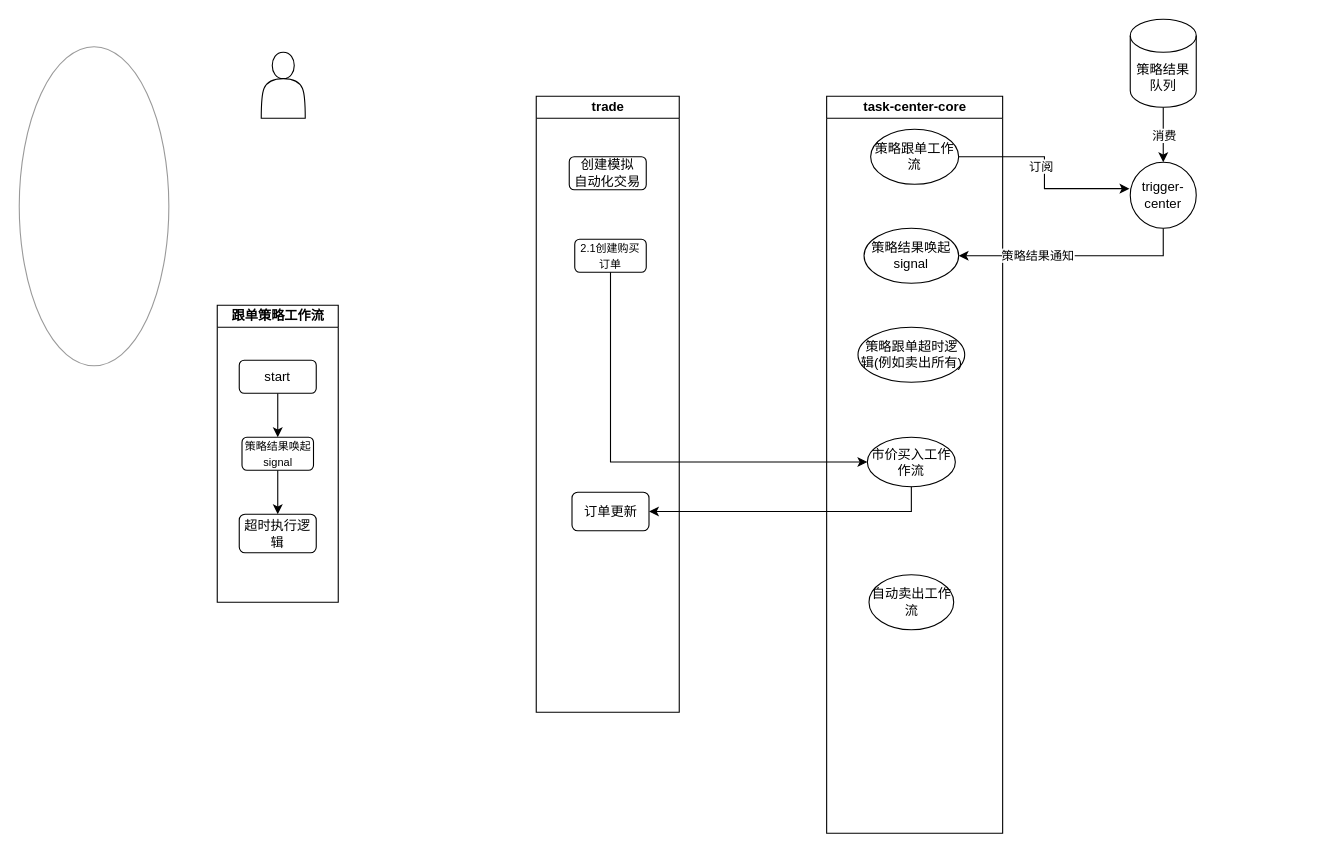
This is 策略买入工作流.drawio from ZiHengLee/drawio, a draw.io file, before an edit. Source tidied: cells renumbered, new cells numbered last; positions are measured from the earlier drawing's top-left corner, leaving out a move shared by most shapes. Both pictures are drawn from the tidied source at 110%, with x=0, y=0 at pixel (19, 19).
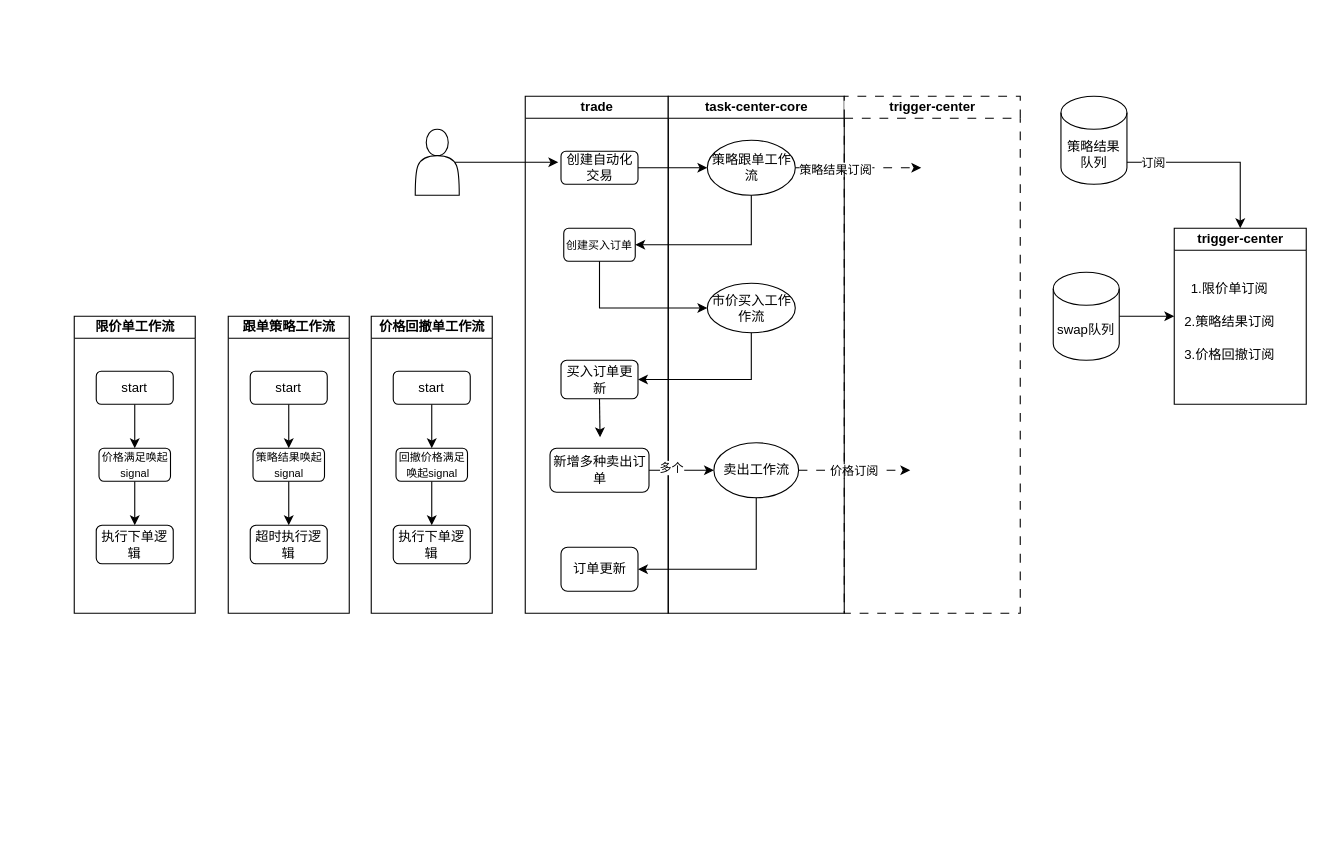
After the change.

Commit message (it also covers changes not shown here):
更新策略买入工作流.drawio

The edit, as a diff of the source:
```diff
@@
+    <mxCell id="30" style="edgeStyle=orthogonalEdgeStyle;rounded=0;jettySize=auto;html=1;exitX=0.9;exitY=0.5;exitDx=0;exitDy=0;exitPerimeter=0;" parent="1" edge="1" source="2">
+      <mxGeometry relative="1" as="geometry">
+        <mxPoint x="490" y="130" as="targetPoint" />
+      </mxGeometry>
+    </mxCell>
     <mxCell id="2" style="shape=actor;whiteSpace=wrap;html=1;" parent="1" vertex="1">
-      <mxGeometry x="220" y="30" width="40" height="60" as="geometry" />
+      <mxGeometry x="360" y="100" width="40" height="60" as="geometry" />
     </mxCell>
-    <mxCell id="3" style="edgeStyle=orthogonalEdgeStyle;rounded=0;jettySize=auto;html=1;exitX=0.5;exitY=1;exitDx=0;exitDy=0;exitPerimeter=0;entryX=0.5;entryY=0;entryDx=0;entryDy=0;" parent="1" edge="1" source="5" target="19">
-      <mxGeometry relative="1" as="geometry" />
-    </mxCell>
-    <mxCell id="4" value="消费" style="edgeLabel;html=1;align=center;verticalAlign=middle;" parent="3" vertex="1">
-      <mxGeometry relative="1" as="geometry" />
-    </mxCell>
+    <mxCell id="31" style="edgeStyle=orthogonalEdgeStyle;rounded=0;jettySize=auto;html=1;exitX=0.5;exitY=1;exitDx=0;exitDy=0;exitPerimeter=0;entryX=0.5;entryY=0;entryDx=0;entryDy=0;" parent="1" edge="1" source="5" target="50">
+      <mxGeometry relative="1" as="geometry">
+        <Array as="points">
+          <mxPoint x="977" y="130" />
+          <mxPoint x="1110" y="130" />
+        </Array>
+      </mxGeometry>
+    </mxCell>
+    <mxCell id="21" value="订阅" style="edgeLabel;html=1;align=center;verticalAlign=middle;" parent="31" vertex="1">
+      <mxGeometry x="-0.31" relative="1" as="geometry" />
+    </mxCell>
     <mxCell id="5" value="策略结果队列" style="shape=cylinder3;whiteSpace=wrap;html=1;boundedLbl=1;backgroundOutline=1;size=15;" parent="1" vertex="1">
-      <mxGeometry x="1010" width="60" height="80" as="geometry" />
+      <mxGeometry x="947" y="70" width="60" height="80" as="geometry" />
     </mxCell>
     <mxCell id="6" value="trade" style="swimlane;startSize=20;html=1;" parent="1" vertex="1">
-      <mxGeometry x="470" y="70" width="130" height="560" as="geometry" />
+      <mxGeometry x="460" y="70" width="130" height="470" as="geometry" />
     </mxCell>
-    <mxCell id="7" value="创建模拟&lt;div&gt;自动化交易&lt;/div&gt;" style="rounded=1;whiteSpace=wrap;html=1;" parent="6" vertex="1">
-      <mxGeometry x="30" y="55" width="70" height="30" as="geometry" />
+    <mxCell id="7" value="创建&lt;span style=&quot;background-color: transparent; color: light-dark(rgb(0, 0, 0), rgb(255, 255, 255));&quot;&gt;自动化交易&lt;/span&gt;" style="rounded=1;whiteSpace=wrap;html=1;" parent="6" vertex="1">
+      <mxGeometry x="32.5" y="50" width="70" height="30" as="geometry" />
     </mxCell>
-    <mxCell id="8" value="&lt;font style=&quot;font-size: 10px;&quot;&gt;2.1创建购买订单&lt;/font&gt;" style="rounded=1;whiteSpace=wrap;html=1;" parent="6" vertex="1">
-      <mxGeometry x="35" y="130" width="65" height="30" as="geometry" />
+    <mxCell id="8" value="&lt;span style=&quot;font-size: 10px;&quot;&gt;创建买入订单&lt;/span&gt;" style="rounded=1;whiteSpace=wrap;html=1;" parent="6" vertex="1">
+      <mxGeometry x="35" y="120" width="65" height="30" as="geometry" />
     </mxCell>
+    <mxCell id="32" style="edgeStyle=orthogonalEdgeStyle;rounded=0;jettySize=auto;html=1;exitX=0.5;exitY=1;exitDx=0;exitDy=0;" parent="6" edge="1" source="9">
+      <mxGeometry relative="1" as="geometry">
+        <mxPoint x="68" y="310" as="targetPoint" />
+      </mxGeometry>
+    </mxCell>
-    <mxCell id="9" value="订单更新" style="rounded=1;whiteSpace=wrap;html=1;" parent="6" vertex="1">
-      <mxGeometry x="32.5" y="360" width="70" height="35" as="geometry" />
+    <mxCell id="9" value="买入订单更新" style="rounded=1;whiteSpace=wrap;html=1;" parent="6" vertex="1">
+      <mxGeometry x="32.5" y="240" width="70" height="35" as="geometry" />
     </mxCell>
+    <mxCell id="33" value="新增多种卖出订单" style="rounded=1;whiteSpace=wrap;html=1;" parent="6" vertex="1">
+      <mxGeometry x="22.5" y="320" width="90" height="40" as="geometry" />
+    </mxCell>
+    <mxCell id="34" value="订单更新" style="rounded=1;whiteSpace=wrap;html=1;" parent="6" vertex="1">
+      <mxGeometry x="32.5" y="410" width="70" height="40" as="geometry" />
+    </mxCell>
     <mxCell id="10" value="task-center-core" style="swimlane;startSize=20;html=1;" parent="1" vertex="1">
-      <mxGeometry x="734" y="70" width="160" height="670" as="geometry" />
+      <mxGeometry x="590" y="70" width="160" height="470" as="geometry" />
     </mxCell>
+    <mxCell id="35" style="edgeStyle=orthogonalEdgeStyle;rounded=0;jettySize=auto;html=1;exitX=1;exitY=0.5;exitDx=0;exitDy=0;dashed=1;dashPattern=8 8;" parent="10" edge="1" source="11">
+      <mxGeometry relative="1" as="geometry">
+        <mxPoint x="230" y="65" as="targetPoint" />
+      </mxGeometry>
+    </mxCell>
+    <mxCell id="36" value="策略结果订阅" style="edgeLabel;html=1;align=center;verticalAlign=middle;" parent="35" vertex="1">
+      <mxGeometry x="-0.37" y="-1" relative="1" as="geometry" />
+    </mxCell>
     <mxCell id="11" value="策略跟单工作流" style="ellipse;whiteSpace=wrap;html=1;" parent="10" vertex="1">
-      <mxGeometry x="40" y="30" width="80" height="50" as="geometry" />
+      <mxGeometry x="35.5" y="40" width="80" height="50" as="geometry" />
     </mxCell>
-    <mxCell id="12" value="策略结果唤起signal" style="ellipse;whiteSpace=wrap;html=1;" parent="10" vertex="1">
-      <mxGeometry x="34" y="120" width="86" height="50" as="geometry" />
-    </mxCell>
-    <mxCell id="13" value="策略跟单超时逻辑(例如卖出所有)" style="ellipse;whiteSpace=wrap;html=1;" parent="10" vertex="1">
-      <mxGeometry x="28.5" y="210" width="97" height="50" as="geometry" />
-    </mxCell>
     <mxCell id="14" value="市价买入工作作流" style="ellipse;whiteSpace=wrap;html=1;" parent="10" vertex="1">
-      <mxGeometry x="37" y="310" width="80" height="45" as="geometry" />
+      <mxGeometry x="35.5" y="170" width="80" height="45" as="geometry" />
     </mxCell>
+    <mxCell id="37" value="价格订阅" style="edgeStyle=orthogonalEdgeStyle;rounded=0;jettySize=auto;html=1;exitX=1;exitY=0.5;exitDx=0;exitDy=0;dashed=1;dashPattern=8 8;" parent="10" edge="1" source="15">
+      <mxGeometry relative="1" as="geometry">
+        <mxPoint x="220" y="340" as="targetPoint" />
+      </mxGeometry>
+    </mxCell>
-    <mxCell id="15" value="自动卖出工作流" style="ellipse;whiteSpace=wrap;html=1;" parent="10" vertex="1">
-      <mxGeometry x="38.5" y="435" width="77" height="50" as="geometry" />
+    <mxCell id="15" value="卖出工作流" style="ellipse;whiteSpace=wrap;html=1;" parent="10" vertex="1">
+      <mxGeometry x="41.5" y="315" width="77" height="50" as="geometry" />
     </mxCell>
-    <mxCell id="16" style="ellipse;whiteSpace=wrap;html=1;opacity=40;" parent="1" vertex="1">
-      <mxGeometry y="25" width="136" height="290" as="geometry" />
-    </mxCell>
-    <mxCell id="17" style="edgeStyle=orthogonalEdgeStyle;rounded=0;jettySize=auto;html=1;exitX=0.5;exitY=1;exitDx=0;exitDy=0;entryX=1;entryY=0.5;entryDx=0;entryDy=0;" parent="1" edge="1" source="19" target="12">
-      <mxGeometry relative="1" as="geometry" />
-    </mxCell>
-    <mxCell id="18" value="策略结果通知" style="edgeLabel;html=1;align=center;verticalAlign=middle;" parent="17" vertex="1">
-      <mxGeometry x="0.33" y="-1" relative="1" as="geometry" />
-    </mxCell>
-    <mxCell id="19" value="trigger-center" style="ellipse;whiteSpace=wrap;html=1;" parent="1" vertex="1">
-      <mxGeometry x="1010" y="130" width="60" height="60" as="geometry" />
-    </mxCell>
-    <mxCell id="20" style="edgeStyle=orthogonalEdgeStyle;rounded=0;jettySize=auto;html=1;exitX=1;exitY=0.5;exitDx=0;exitDy=0;entryX=-0.012;entryY=0.4;entryDx=0;entryDy=0;entryPerimeter=0;" parent="1" edge="1" source="11" target="19">
-      <mxGeometry relative="1" as="geometry" />
-    </mxCell>
-    <mxCell id="21" value="订阅" style="edgeLabel;html=1;align=center;verticalAlign=middle;" parent="20" vertex="1">
-      <mxGeometry x="-0.07" y="-4" relative="1" as="geometry" />
-    </mxCell>
@@
     <mxCell id="24" value="跟单策略工作流" style="swimlane;startSize=20;html=1;" parent="1" vertex="1">
-      <mxGeometry x="180" y="260" width="110" height="270" as="geometry" />
+      <mxGeometry x="190" y="270" width="110" height="270" as="geometry" />
     </mxCell>
@@
+    <mxCell id="38" value="限价单工作流" style="swimlane;startSize=20;html=1;" parent="1" vertex="1">
+      <mxGeometry x="50" y="270" width="110" height="270" as="geometry" />
+    </mxCell>
+    <mxCell id="39" style="edgeStyle=orthogonalEdgeStyle;rounded=0;jettySize=auto;html=1;exitX=0.5;exitY=1;exitDx=0;exitDy=0;entryX=0.5;entryY=0;entryDx=0;entryDy=0;" parent="38" edge="1" source="40" target="42">
+      <mxGeometry relative="1" as="geometry" />
+    </mxCell>
+    <mxCell id="40" value="start" style="rounded=1;whiteSpace=wrap;html=1;" parent="38" vertex="1">
+      <mxGeometry x="20" y="50" width="70" height="30" as="geometry" />
+    </mxCell>
+    <mxCell id="41" style="edgeStyle=orthogonalEdgeStyle;rounded=0;jettySize=auto;html=1;exitX=0.5;exitY=1;exitDx=0;exitDy=0;entryX=0.5;entryY=0;entryDx=0;entryDy=0;" parent="38" edge="1" source="42" target="43">
+      <mxGeometry relative="1" as="geometry" />
+    </mxCell>
+    <mxCell id="42" value="&lt;span style=&quot;font-size: 10px;&quot;&gt;价格满足唤起signal&lt;/span&gt;" style="rounded=1;whiteSpace=wrap;html=1;" parent="38" vertex="1">
+      <mxGeometry x="22.5" y="120" width="65" height="30" as="geometry" />
+    </mxCell>
+    <mxCell id="43" value="执行下单逻辑" style="rounded=1;whiteSpace=wrap;html=1;" parent="38" vertex="1">
+      <mxGeometry x="20" y="190" width="70" height="35" as="geometry" />
+    </mxCell>
+    <mxCell id="44" value="价格回撤单工作流" style="swimlane;startSize=20;html=1;" parent="1" vertex="1">
+      <mxGeometry x="320" y="270" width="110" height="270" as="geometry" />
+    </mxCell>
+    <mxCell id="45" style="edgeStyle=orthogonalEdgeStyle;rounded=0;jettySize=auto;html=1;exitX=0.5;exitY=1;exitDx=0;exitDy=0;entryX=0.5;entryY=0;entryDx=0;entryDy=0;" parent="44" edge="1" source="46" target="48">
+      <mxGeometry relative="1" as="geometry" />
+    </mxCell>
+    <mxCell id="46" value="start" style="rounded=1;whiteSpace=wrap;html=1;" parent="44" vertex="1">
+      <mxGeometry x="20" y="50" width="70" height="30" as="geometry" />
+    </mxCell>
+    <mxCell id="47" style="edgeStyle=orthogonalEdgeStyle;rounded=0;jettySize=auto;html=1;exitX=0.5;exitY=1;exitDx=0;exitDy=0;entryX=0.5;entryY=0;entryDx=0;entryDy=0;" parent="44" edge="1" source="48" target="49">
+      <mxGeometry relative="1" as="geometry" />
+    </mxCell>
+    <mxCell id="48" value="&lt;span style=&quot;font-size: 10px;&quot;&gt;回撤价格满足唤起signal&lt;/span&gt;" style="rounded=1;whiteSpace=wrap;html=1;" parent="44" vertex="1">
+      <mxGeometry x="22.5" y="120" width="65" height="30" as="geometry" />
+    </mxCell>
+    <mxCell id="49" value="执行下单逻辑" style="rounded=1;whiteSpace=wrap;html=1;" parent="44" vertex="1">
+      <mxGeometry x="20" y="190" width="70" height="35" as="geometry" />
+    </mxCell>
+    <mxCell id="50" value="trigger-center" style="swimlane;startSize=20;html=1;" parent="1" vertex="1">
+      <mxGeometry x="1050" y="190" width="120" height="160" as="geometry" />
+    </mxCell>
+    <mxCell id="51" value="2.策略结果订阅" style="text;html=1;align=center;verticalAlign=middle;strokeColor=none;fillColor=none;" parent="50" vertex="1">
+      <mxGeometry x="-5" y="70" width="110" height="30" as="geometry" />
+    </mxCell>
+    <mxCell id="52" value="3.价格回撤订阅" style="text;html=1;align=center;verticalAlign=middle;strokeColor=none;fillColor=none;" parent="50" vertex="1">
+      <mxGeometry x="-5" y="100" width="110" height="30" as="geometry" />
+    </mxCell>
+    <mxCell id="53" value="1.限价单订阅" style="text;html=1;align=center;verticalAlign=middle;strokeColor=none;fillColor=none;" parent="50" vertex="1">
+      <mxGeometry x="5" y="40" width="90" height="30" as="geometry" />
+    </mxCell>
+    <mxCell id="54" style="edgeStyle=orthogonalEdgeStyle;rounded=0;jettySize=auto;html=1;exitX=1;exitY=0.5;exitDx=0;exitDy=0;exitPerimeter=0;" parent="1" edge="1" source="55" target="50">
+      <mxGeometry relative="1" as="geometry" />
+    </mxCell>
+    <mxCell id="55" value="swap队列" style="shape=cylinder3;whiteSpace=wrap;html=1;boundedLbl=1;backgroundOutline=1;size=15;" parent="1" vertex="1">
+      <mxGeometry x="940" y="230" width="60" height="80" as="geometry" />
+    </mxCell>
+    <mxCell id="56" style="edgeStyle=orthogonalEdgeStyle;rounded=0;jettySize=auto;html=1;exitX=1;exitY=0.5;exitDx=0;exitDy=0;entryX=0;entryY=0.5;entryDx=0;entryDy=0;" parent="1" edge="1" source="7" target="11">
+      <mxGeometry relative="1" as="geometry" />
+    </mxCell>
+    <mxCell id="57" value="trigger-center" style="swimlane;startSize=20;html=1;dashed=1;dashPattern=8 8;" parent="1" vertex="1">
+      <mxGeometry x="750" y="70" width="160" height="470" as="geometry" />
+    </mxCell>
+    <mxCell id="58" style="edgeStyle=orthogonalEdgeStyle;rounded=0;jettySize=auto;html=1;exitX=0.5;exitY=1;exitDx=0;exitDy=0;entryX=1;entryY=0.5;entryDx=0;entryDy=0;" parent="1" edge="1" source="11" target="8">
+      <mxGeometry relative="1" as="geometry" />
+    </mxCell>
+    <mxCell id="59" style="edgeStyle=orthogonalEdgeStyle;rounded=0;jettySize=auto;html=1;exitX=1;exitY=0.5;exitDx=0;exitDy=0;entryX=0;entryY=0.5;entryDx=0;entryDy=0;" parent="1" edge="1" source="33" target="15">
+      <mxGeometry relative="1" as="geometry" />
+    </mxCell>
+    <mxCell id="60" value="多个" style="edgeLabel;html=1;align=center;verticalAlign=middle;" parent="59" vertex="1">
+      <mxGeometry x="-0.34" y="3" relative="1" as="geometry">
+        <mxPoint x="1" as="offset" />
+      </mxGeometry>
+    </mxCell>
+    <mxCell id="61" style="edgeStyle=orthogonalEdgeStyle;rounded=0;jettySize=auto;html=1;exitX=0.5;exitY=1;exitDx=0;exitDy=0;entryX=1;entryY=0.5;entryDx=0;entryDy=0;" parent="1" edge="1" source="15" target="34">
+      <mxGeometry relative="1" as="geometry" />
+    </mxCell>
```
